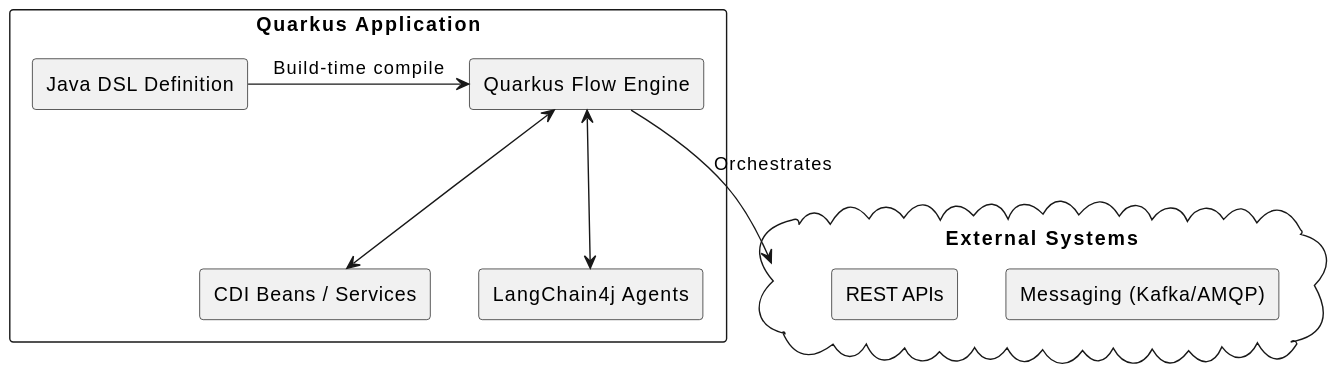
Before: docs/modules/ROOT/assets/images/architecture.svg, a diagram exported from PlantUML (quarkiverse/quarkus-flow).
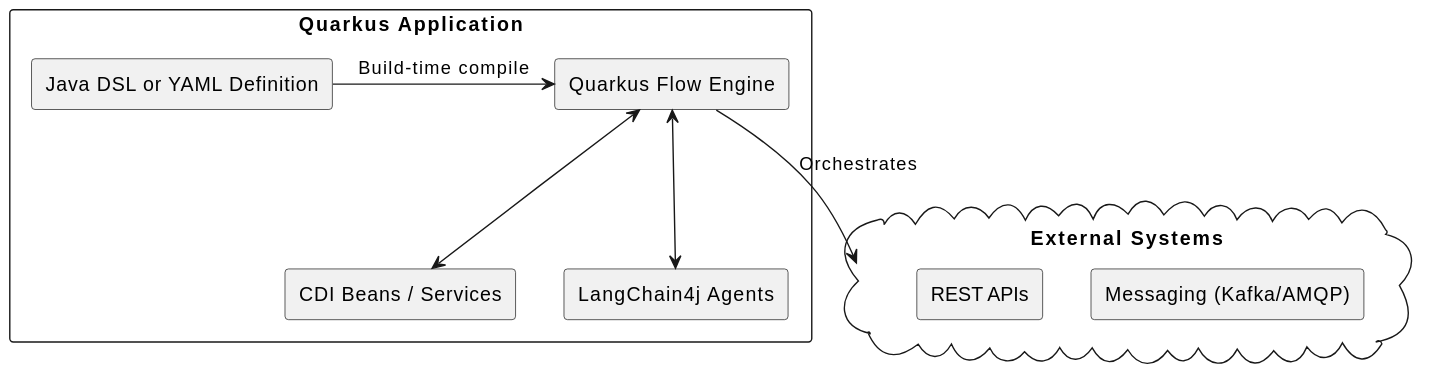
After the change.

Change to the diagram source:
```diff
@@ -1,7 +1,7 @@
 @startuml
 skinparam componentStyle rectangle
 component "Quarkus Application" {
-  [Java DSL Definition] -> [Quarkus Flow Engine] : Build-time compile
+  [Java DSL or YAML Definition] -> [Quarkus Flow Engine] : Build-time compile
   [Quarkus Flow Engine] <--> [CDI Beans / Services]
   [Quarkus Flow Engine] <--> [LangChain4j Agents]
 }
```
